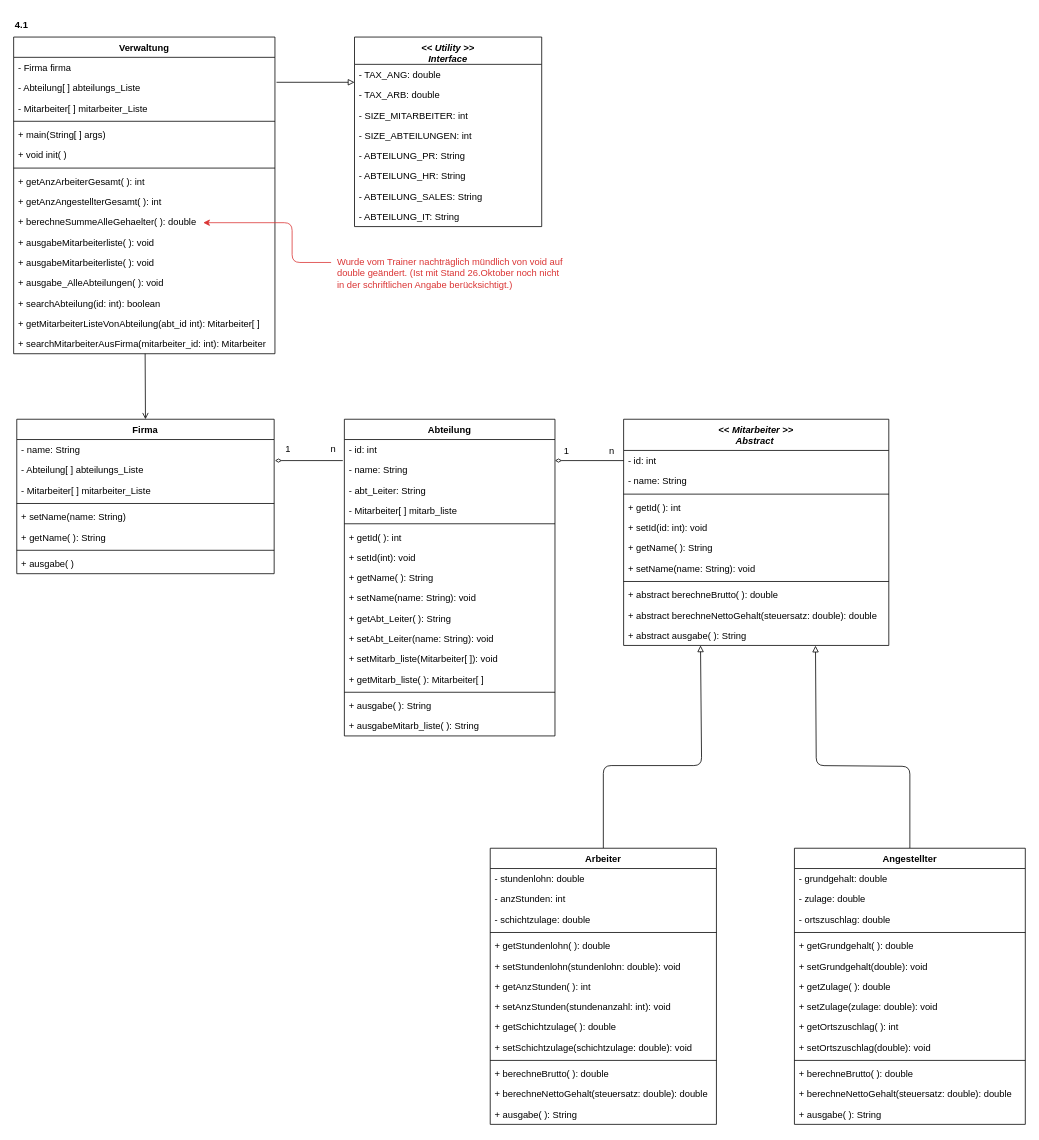
The draw.io diagram FirmaV4_1_ClassDiagram.drawio in mbalabanov/ClassDiagramFirmaV4_1, before the edit. Source tidied: cells renumbered, new cells numbered last; positions are measured from the earlier drawing's top-left corner, leaving out a move shared by most shapes. Both pictures are drawn from the tidied source at 78%, with x=0, y=0 at pixel (13, 13).
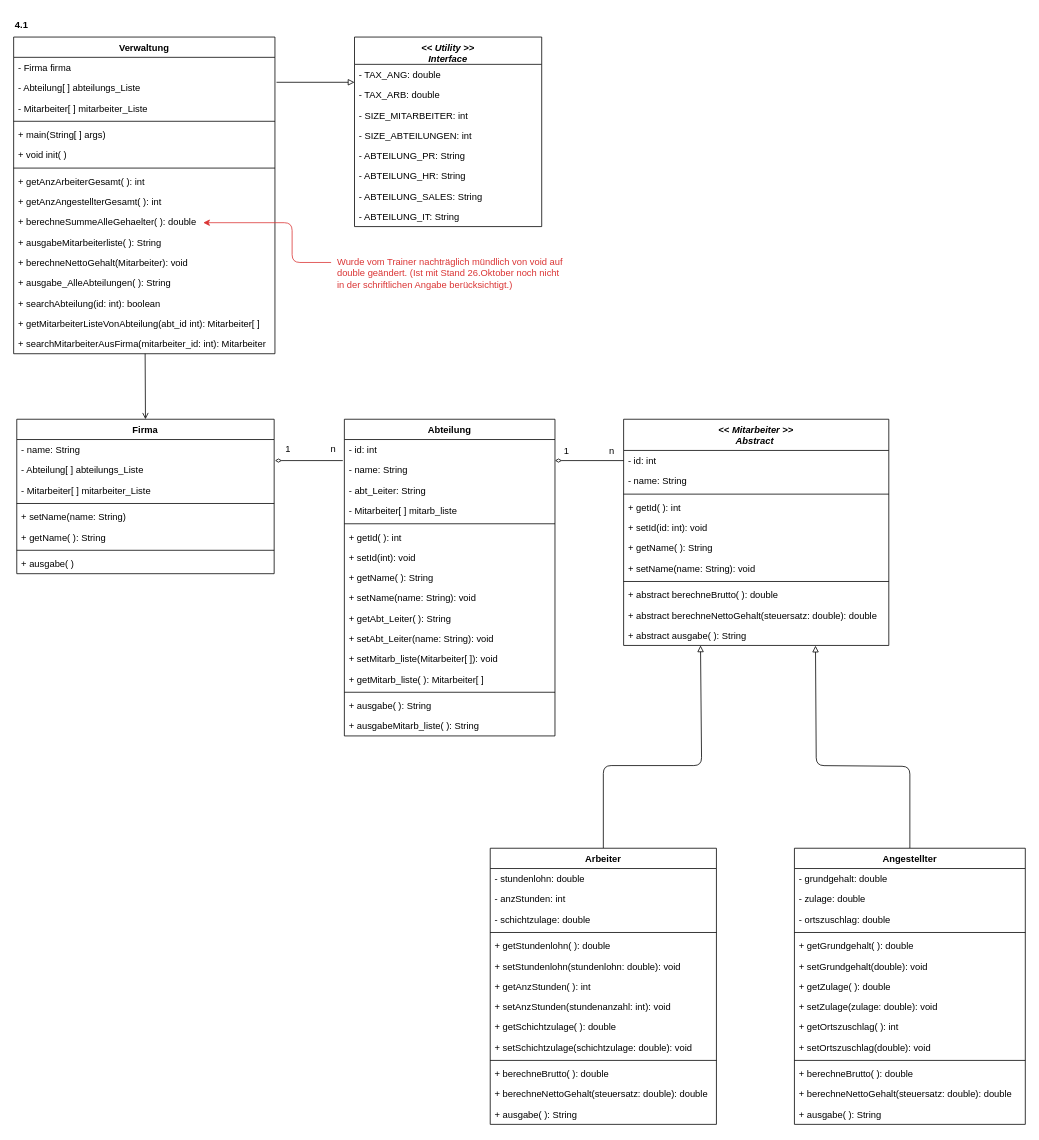
The same page after the edit.

Commit message (it also covers changes not shown here):
Updates UML class diagrams

The change refers to these unchanged cells:
```xml
<mxCell id="47" value="Verwaltung" style="swimlane;fontStyle=1;align=center;verticalAlign=top;horizontal=1;startSize=26;" parent="1" vertex="1">
  <mxGeometry y="30" width="335" height="406" as="geometry" />
</mxCell>
```

What changed in the source:
```diff
@@
-    <mxCell id="59" value="+ ausgabeMitarbeiterliste( ): void" style="text;strokeColor=none;fillColor=none;align=left;verticalAlign=top;spacingLeft=4;spacingRight=4;overflow=hidden;" parent="47" vertex="1">
+    <mxCell id="59" value="+ ausgabeMitarbeiterliste( ): String" style="text;strokeColor=none;fillColor=none;align=left;verticalAlign=top;spacingLeft=4;spacingRight=4;overflow=hidden;" parent="47" vertex="1">
       <mxGeometry y="250" width="335" height="26" as="geometry" />
     </mxCell>
-    <mxCell id="60" value="+ ausgabeMitarbeiterliste( ): void" style="text;strokeColor=none;fillColor=none;align=left;verticalAlign=top;spacingLeft=4;spacingRight=4;overflow=hidden;" parent="47" vertex="1">
+    <mxCell id="60" value="+ berechneNettoGehalt(Mitarbeiter): void" style="text;strokeColor=none;fillColor=none;align=left;verticalAlign=top;spacingLeft=4;spacingRight=4;overflow=hidden;" parent="47" vertex="1">
       <mxGeometry y="276" width="335" height="26" as="geometry" />
     </mxCell>
-    <mxCell id="61" value="+ ausgabe_AlleAbteilungen( ): void" style="text;strokeColor=none;fillColor=none;align=left;verticalAlign=top;spacingLeft=4;spacingRight=4;overflow=hidden;" parent="47" vertex="1">
+    <mxCell id="61" value="+ ausgabe_AlleAbteilungen( ): String" style="text;strokeColor=none;fillColor=none;align=left;verticalAlign=top;spacingLeft=4;spacingRight=4;overflow=hidden;" parent="47" vertex="1">
       <mxGeometry y="302" width="335" height="26" as="geometry" />
     </mxCell>
```
